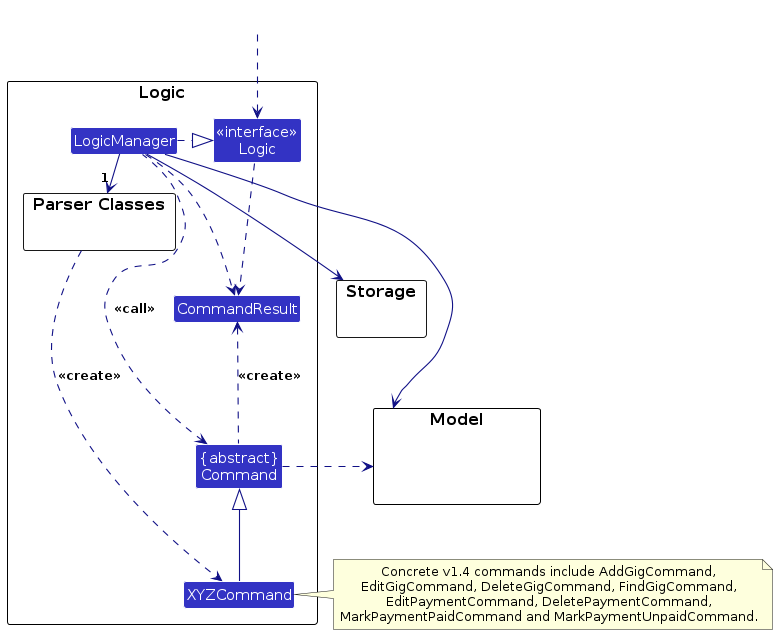
Before: diagrams/LogicClassDiagram.png, a diagram exported from PlantUML (AY2627S1-CS2103T-W14-4/tp). Its source is kept beside it as diagrams/LogicClassDiagram.puml.
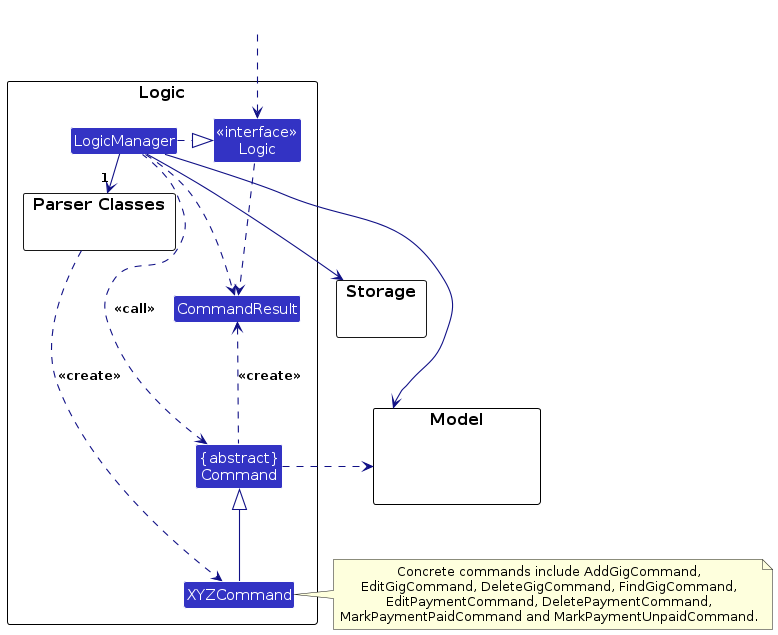
Later version of the same file.

Change to the diagram source:
```diff
@@ -40,7 +40,7 @@
 Command .[hidden]up.> Storage
 Command .right.> Model
 note right of XYZCommand
-  Concrete v1.4 commands include AddGigCommand,
+  Concrete commands include AddGigCommand,
   EditGigCommand, DeleteGigCommand, FindGigCommand,
   EditPaymentCommand, DeletePaymentCommand,
   MarkPaymentPaidCommand and MarkPaymentUnpaidCommand.
```
